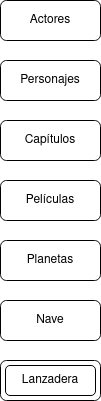
Earlier version of the draw.io export Unidad-1/Tareas/Tareas-evaluables/Tarea-evaluable-3/tarea-evaluable3.drawio.png (LuisMGlez/base-datos). Source tidied: cells renumbered, new cells last; positions are measured from the earlier drawing's top-left corner, leaving out a move shared by most shapes.
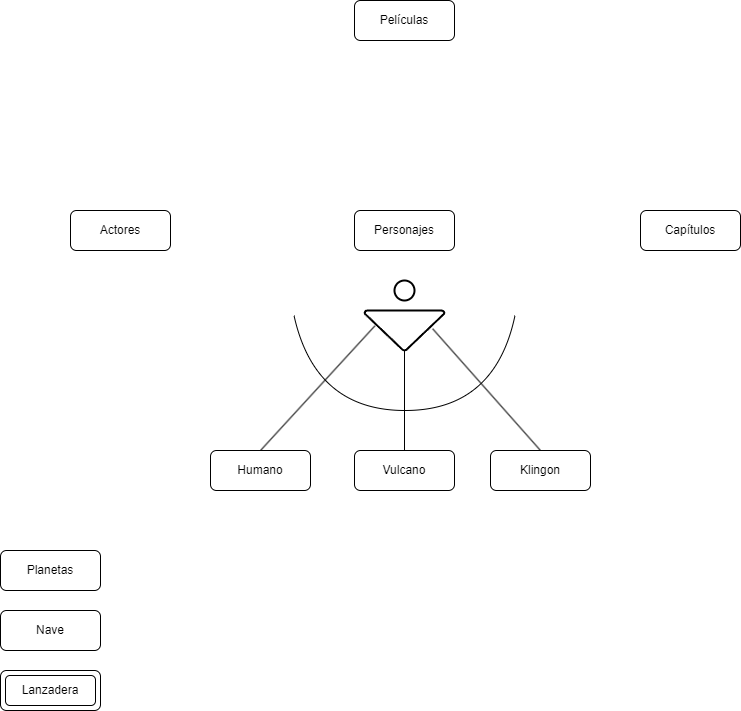
Later version of the same file.

Change to the diagram source:
```diff
@@ -3,28 +3,62 @@
     <mxCell id="0" />
     <mxCell id="1" parent="0" />
     <mxCell id="2" value="Lanzadera" style="rounded=1;whiteSpace=wrap;html=1;" parent="1" vertex="1">
-      <mxGeometry y="360" width="100" height="40" as="geometry" />
+      <mxGeometry x="-10" y="660" width="100" height="40" as="geometry" />
     </mxCell>
     <mxCell id="3" value="Nave" style="rounded=1;whiteSpace=wrap;html=1;" parent="1" vertex="1">
-      <mxGeometry y="300" width="100" height="40" as="geometry" />
+      <mxGeometry x="-10" y="600" width="100" height="40" as="geometry" />
     </mxCell>
     <mxCell id="4" value="Planetas" style="rounded=1;whiteSpace=wrap;html=1;" parent="1" vertex="1">
-      <mxGeometry y="240" width="100" height="40" as="geometry" />
+      <mxGeometry x="-10" y="540" width="100" height="40" as="geometry" />
     </mxCell>
     <mxCell id="5" value="Películas" style="rounded=1;whiteSpace=wrap;html=1;" parent="1" vertex="1">
-      <mxGeometry y="180" width="100" height="40" as="geometry" />
+      <mxGeometry x="344" y="-10" width="100" height="40" as="geometry" />
     </mxCell>
     <mxCell id="6" value="Capítulos" style="rounded=1;whiteSpace=wrap;html=1;" parent="1" vertex="1">
-      <mxGeometry y="120" width="100" height="40" as="geometry" />
+      <mxGeometry x="630" y="200" width="100" height="40" as="geometry" />
     </mxCell>
     <mxCell id="7" value="Personajes" style="rounded=1;whiteSpace=wrap;html=1;" parent="1" vertex="1">
-      <mxGeometry y="60" width="100" height="40" as="geometry" />
+      <mxGeometry x="344" y="200" width="100" height="40" as="geometry" />
     </mxCell>
     <mxCell id="8" value="Actores" style="rounded=1;whiteSpace=wrap;html=1;" parent="1" vertex="1">
-      <mxGeometry width="100" height="40" as="geometry" />
+      <mxGeometry x="60" y="200" width="100" height="40" as="geometry" />
     </mxCell>
     <mxCell id="9" value="Lanzadera" style="rounded=1;whiteSpace=wrap;html=1;" parent="1" vertex="1">
-      <mxGeometry x="5" y="365" width="90" height="30" as="geometry" />
+      <mxGeometry x="-5" y="665" width="90" height="30" as="geometry" />
     </mxCell>
+    <mxCell id="10" style="edgeStyle=orthogonalEdgeStyle;rounded=0;jettySize=auto;html=1;exitX=0.5;exitY=1;exitDx=0;exitDy=0;exitPerimeter=0;entryX=0.5;entryY=0;entryDx=0;entryDy=0;endArrow=none;endFill=0;" parent="1" edge="1" source="11" target="16">
+      <mxGeometry relative="1" as="geometry" />
+    </mxCell>
+    <mxCell id="11" style="strokeWidth=2;html=1;shape=mxgraph.flowchart.merge_or_storage;whiteSpace=wrap;" parent="1" vertex="1">
+      <mxGeometry x="354" y="300" width="80" height="40" as="geometry" />
+    </mxCell>
+    <mxCell id="12" style="strokeWidth=2;html=1;shape=mxgraph.flowchart.start_2;whiteSpace=wrap;" parent="1" vertex="1">
+      <mxGeometry x="384" y="270" width="20" height="20" as="geometry" />
+    </mxCell>
+    <mxCell id="13" style="curved=1;endArrow=none;html=1;rounded=0;endFill=0;" parent="1" edge="1">
+      <mxGeometry relative="1" as="geometry">
+        <mxPoint x="283.5" y="305" as="sourcePoint" />
+        <mxPoint x="504.5" y="305" as="targetPoint" />
+        <Array as="points">
+          <mxPoint x="304.5" y="400" />
+          <mxPoint x="484.5" y="400" />
+        </Array>
+      </mxGeometry>
+    </mxCell>
+    <mxCell id="14" value="Humano" style="rounded=1;whiteSpace=wrap;html=1;" parent="1" vertex="1">
+      <mxGeometry x="200" y="440" width="100" height="40" as="geometry" />
+    </mxCell>
+    <mxCell id="15" value="Klingon" style="rounded=1;whiteSpace=wrap;html=1;" parent="1" vertex="1">
+      <mxGeometry x="480" y="440" width="100" height="40" as="geometry" />
+    </mxCell>
+    <mxCell id="16" value="Vulcano" style="rounded=1;whiteSpace=wrap;html=1;" parent="1" vertex="1">
+      <mxGeometry x="344" y="440" width="100" height="40" as="geometry" />
+    </mxCell>
+    <mxCell id="17" style="rounded=0;jettySize=auto;html=1;exitX=0.5;exitY=0;exitDx=0;exitDy=0;entryX=0.129;entryY=0.386;entryDx=0;entryDy=0;entryPerimeter=0;endArrow=none;endFill=0;" parent="1" edge="1" source="14" target="11">
+      <mxGeometry relative="1" as="geometry" />
+    </mxCell>
+    <mxCell id="18" style="rounded=0;jettySize=auto;html=1;exitX=0.5;exitY=0;exitDx=0;exitDy=0;entryX=0.852;entryY=0.457;entryDx=0;entryDy=0;entryPerimeter=0;endArrow=none;endFill=0;" parent="1" edge="1" source="15" target="11">
+      <mxGeometry relative="1" as="geometry" />
+    </mxCell>
   </root>
 </mxGraphModel>
```
